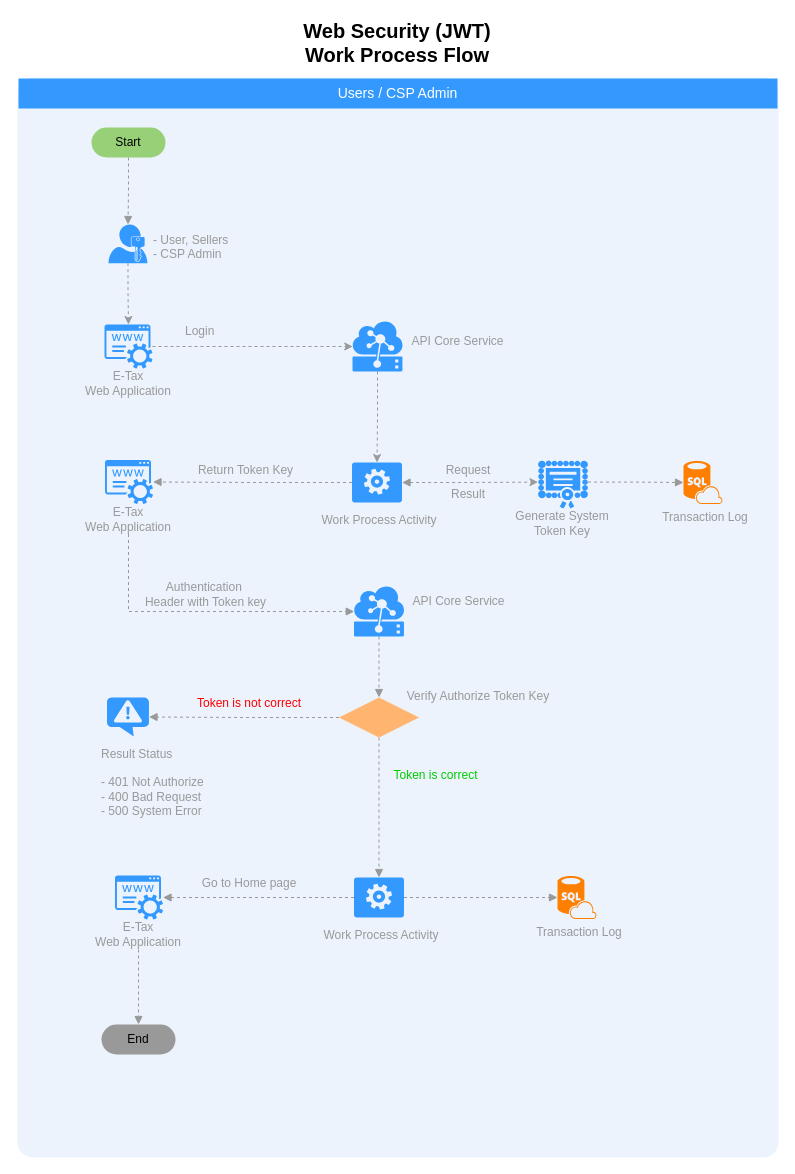
Before: Web Application Security Concept (JWT).drawio in nirawat/eTax, a draw.io diagram. Source tidied: cells renumbered, new cells numbered last; positions are measured from the earlier drawing's top-left corner, leaving out a move shared by most shapes. Both pictures are drawn from the tidied source at 100%, with x=0, y=0 at pixel (17, 17).
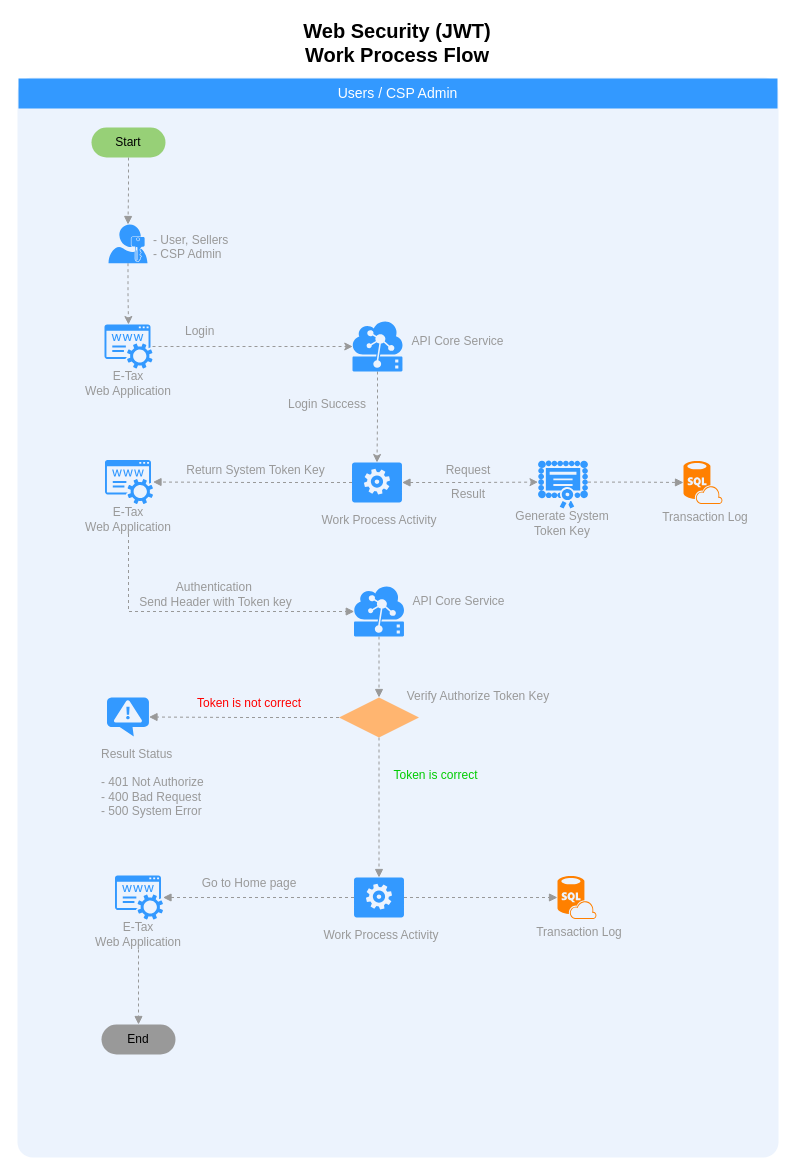
Above is the later version.

What changed in the source:
```diff
@@
-    <mxCell id="39" value="Return Token Key&lt;br&gt;" style="text;html=1;strokeColor=none;fillColor=none;align=center;verticalAlign=middle;whiteSpace=wrap;rounded=0;fontSize=12;fontColor=#999999;" parent="1" vertex="1">
-      <mxGeometry x="172.5" y="436" width="111" height="34" as="geometry" />
+    <mxCell id="39" value="Return System Token Key&lt;br&gt;" style="text;html=1;strokeColor=none;fillColor=none;align=center;verticalAlign=middle;whiteSpace=wrap;rounded=0;fontSize=12;fontColor=#999999;" parent="1" vertex="1">
+      <mxGeometry x="148" y="440.5" width="181" height="24" as="geometry" />
     </mxCell>
@@
-    <mxCell id="49" value="Authentication&amp;nbsp;&lt;br&gt;Header with Token key&lt;br&gt;" style="text;html=1;strokeColor=none;fillColor=none;align=center;verticalAlign=middle;whiteSpace=wrap;rounded=0;fontSize=12;fontColor=#999999;" parent="1" vertex="1">
-      <mxGeometry x="117" y="560" width="143" height="34" as="geometry" />
+    <mxCell id="49" value="Authentication&amp;nbsp;&lt;br&gt;Send Header with Token key&lt;br&gt;" style="text;html=1;strokeColor=none;fillColor=none;align=center;verticalAlign=middle;whiteSpace=wrap;rounded=0;fontSize=12;fontColor=#999999;" parent="1" vertex="1">
+      <mxGeometry x="117" y="560" width="163" height="34" as="geometry" />
     </mxCell>
@@
+    <mxCell id="67" value="Login Success&lt;br&gt;" style="text;html=1;strokeColor=none;fillColor=none;align=right;verticalAlign=middle;whiteSpace=wrap;rounded=0;fontSize=12;fontColor=#999999;" parent="1" vertex="1">
+      <mxGeometry x="249" y="370" width="102" height="34" as="geometry" />
+    </mxCell>
```
